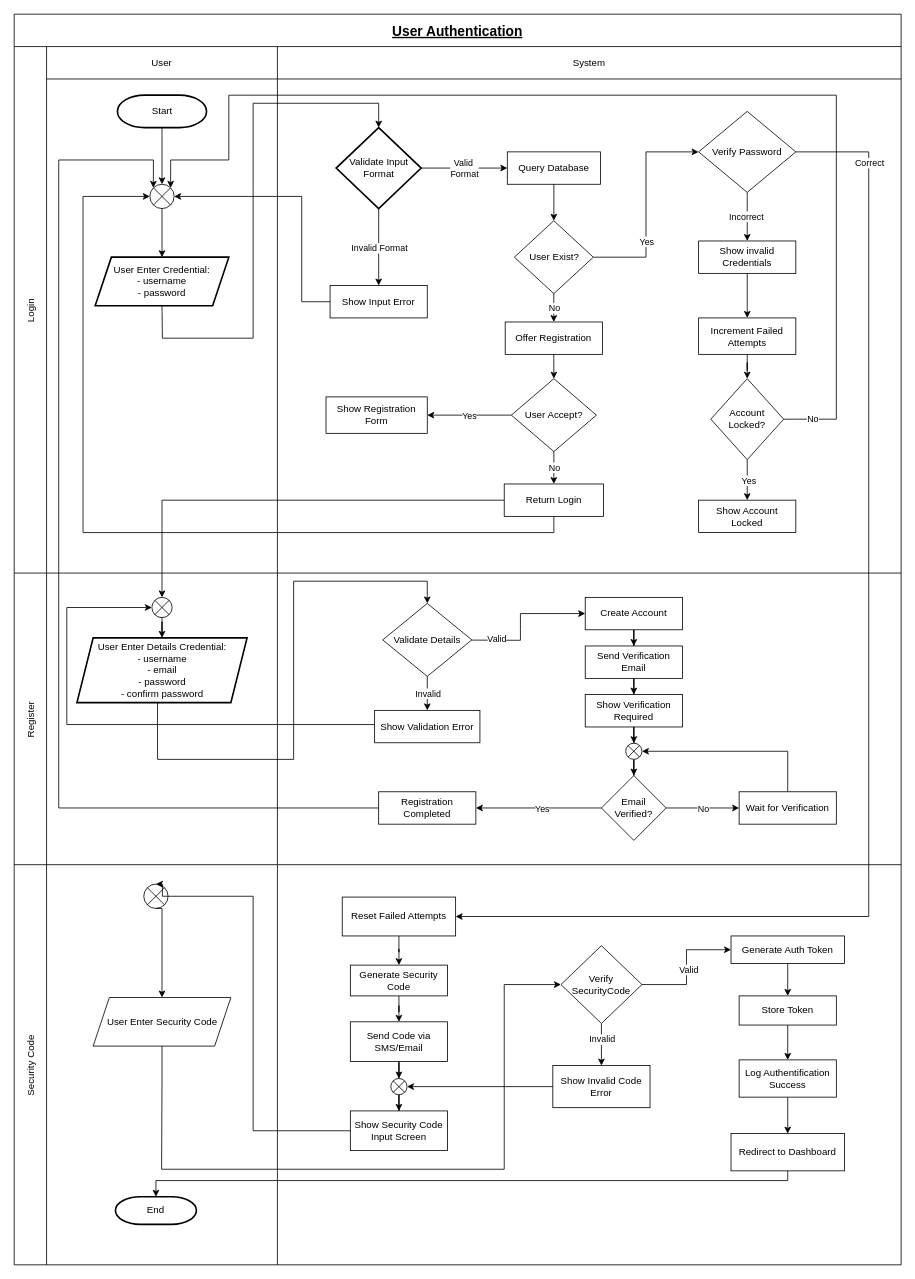
Above: page "Page-1" (1 of 2) of Untitled Diagram.drawio in amandzaa/revoubankBE (draw.io), before the change. Source tidied: cells renumbered, new cells numbered last; positions are measured from the earlier drawing's top-left corner, leaving out a move shared by most shapes. Both pictures are drawn from the tidied source at 81%, with x=0, y=0 at pixel (14, 14).
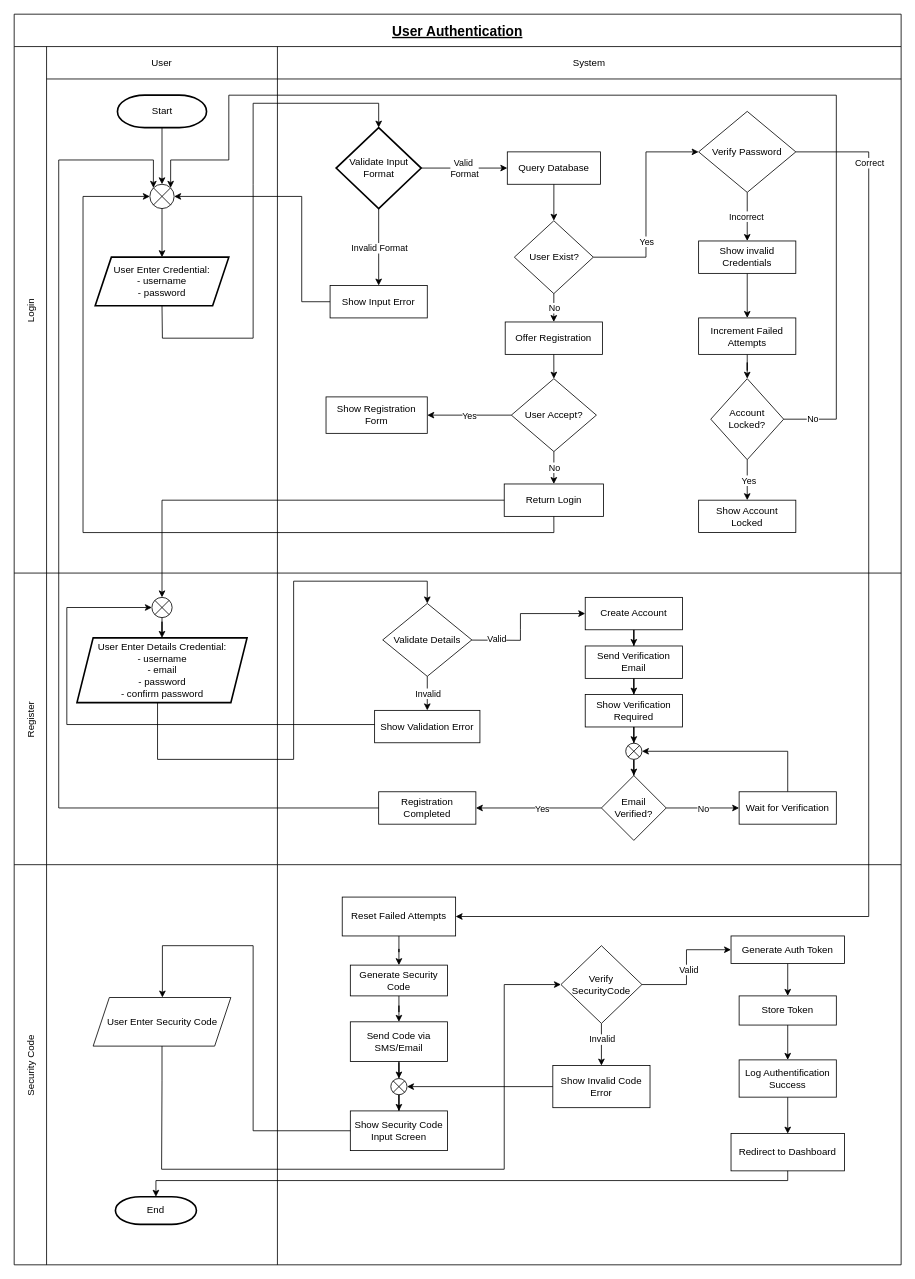
The same diagram, later.

Commit message:
Add transaction flowchart

Unchanged cells that the change refers to:
```xml
<mxCell id="79" value="Security Code" style="shape=tableRow;horizontal=0;swimlaneHead=0;swimlaneBody=0;top=0;left=0;strokeColor=inherit;bottom=0;right=0;fontStyle=0;fillColor=none;startSize=40;" parent="2" vertex="1">
  <mxGeometry y="1050" width="1095" height="494" as="geometry" />
</mxCell>
<mxCell id="80" style="swimlane;swimlaneHead=0;swimlaneBody=0;fontStyle=0;strokeColor=inherit;fillColor=none;startSize=0;" parent="79" vertex="1">
  <mxGeometry x="40" width="285" height="494" as="geometry" />
</mxCell>
<mxCell id="81" value="User Enter Security Code" style="shape=parallelogram;perimeter=parallelogramPerimeter;whiteSpace=wrap;html=1;fixedSize=1;" parent="80" vertex="1">
  <mxGeometry x="57.5" y="164" width="170" height="60" as="geometry" />
</mxCell>
<mxCell id="91" value="Show Security Code Input Screen" style="whiteSpace=wrap;html=1;" parent="85" vertex="1">
  <mxGeometry x="90" y="304" width="120" height="49" as="geometry" />
</mxCell>
```

Change to the diagram source:
```diff
@@
-    <mxCell id="83" style="verticalLabelPosition=bottom;verticalAlign=top;html=1;shape=mxgraph.flowchart.or;" parent="80" vertex="1">
-      <mxGeometry x="120" y="24" width="30" height="30" as="geometry" />
-    </mxCell>
-    <mxCell id="84" style="edgeStyle=orthogonalEdgeStyle;rounded=0;jettySize=auto;html=1;exitX=0.5;exitY=1;exitDx=0;exitDy=0;exitPerimeter=0;entryX=0.5;entryY=0;entryDx=0;entryDy=0;" parent="80" edge="1" source="83" target="81">
-      <mxGeometry relative="1" as="geometry">
-        <Array as="points">
-          <mxPoint x="135" y="54" />
-        </Array>
-      </mxGeometry>
-    </mxCell>
@@
-    <mxCell id="109" style="edgeStyle=orthogonalEdgeStyle;rounded=0;jettySize=auto;html=1;entryX=0.5;entryY=0;entryDx=0;entryDy=0;" parent="79" edge="1" source="91" target="83">
+    <mxCell id="109" style="edgeStyle=orthogonalEdgeStyle;rounded=0;jettySize=auto;html=1;" parent="79" edge="1" source="91" target="81">
       <mxGeometry relative="1" as="geometry">
         <Array as="points">
           <mxPoint x="295" y="329" />
-          <mxPoint x="295" y="39" />
-          <mxPoint x="183" y="39" />
+          <mxPoint x="295" y="100" />
+          <mxPoint x="183" y="100" />
         </Array>
       </mxGeometry>
     </mxCell>
```
